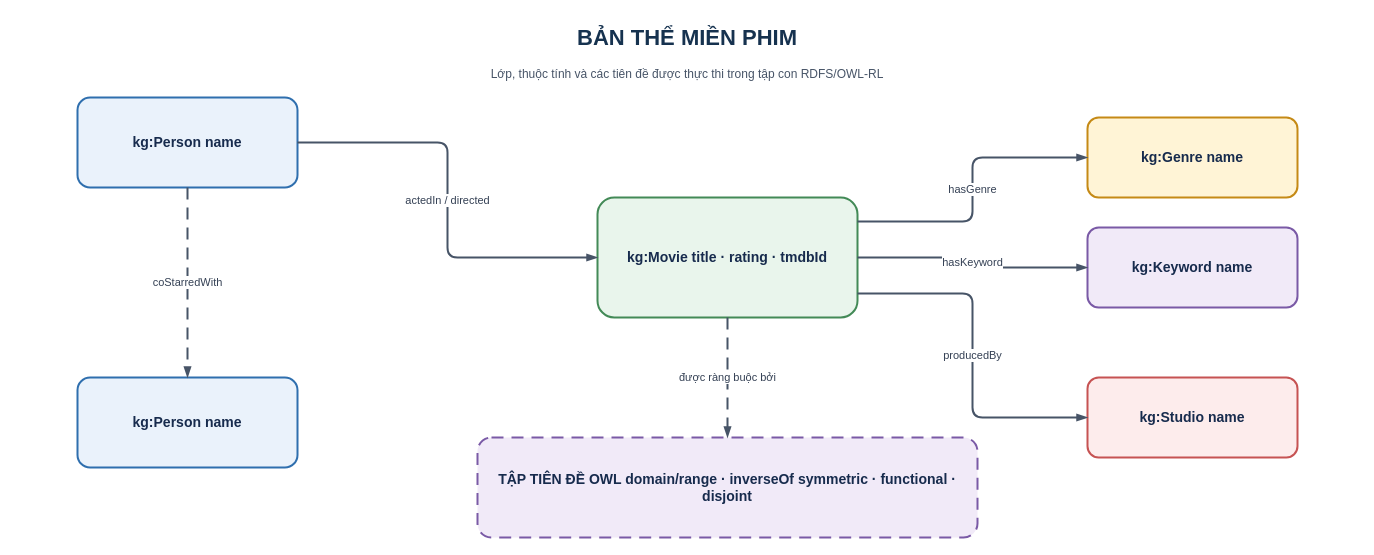
Earlier version of the draw.io diagram report_latex/images/sources/ontology_diagram.drawio (khanhhk/advanced_database). Source tidied: cells renumbered, new cells numbered last; positions are measured from the earlier drawing's top-left corner, leaving out a move shared by most shapes. Both pictures are drawn from the tidied source at 100%, with x=0, y=0 at pixel (17, 17).
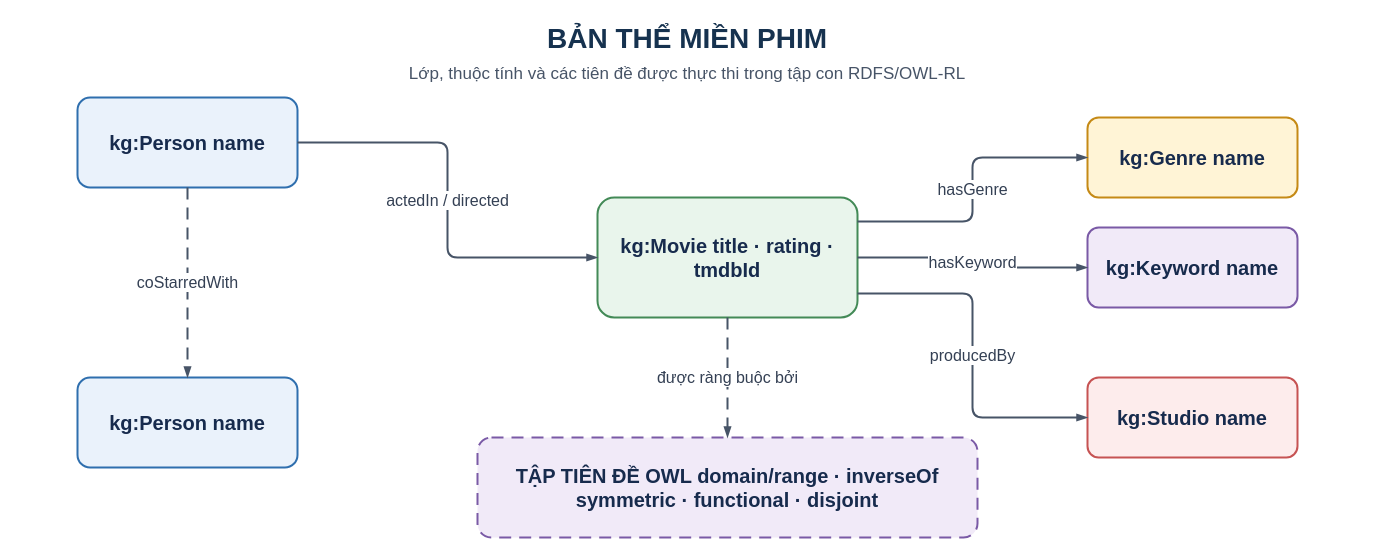
The same diagram, later.

Diff of the diagram source:
```diff
@@
 <mxGraphModel background="#FFFFFF">
   <root>
     <mxCell id="0" />
     <mxCell id="1" parent="0" />
-    <mxCell id="2" value="BẢN THỂ MIỀN PHIM" style="text;html=1;whiteSpace=wrap;align=center;verticalAlign=middle;fontFamily=Helvetica;fontSize=22;fontColor=#16324F;fontStyle=1;" parent="1" vertex="1">
+    <mxCell id="2" value="BẢN THỂ MIỀN PHIM" style="text;html=1;whiteSpace=wrap;align=center;verticalAlign=middle;fontFamily=Helvetica;fontSize=28;fontColor=#16324F;fontStyle=1;" parent="1" vertex="1">
       <mxGeometry width="1340" height="42" as="geometry" />
     </mxCell>
-    <mxCell id="3" value="Lớp, thuộc tính và các tiên đề được thực thi trong tập con RDFS/OWL-RL" style="text;html=1;whiteSpace=wrap;align=center;verticalAlign=middle;fontFamily=Helvetica;fontSize=12;fontColor=#475467;" parent="1" vertex="1">
+    <mxCell id="3" value="Lớp, thuộc tính và các tiên đề được thực thi trong tập con RDFS/OWL-RL" style="text;html=1;whiteSpace=wrap;align=center;verticalAlign=middle;fontFamily=Helvetica;fontSize=17;fontColor=#475467;" parent="1" vertex="1">
       <mxGeometry y="42" width="1340" height="30" as="geometry" />
     </mxCell>
-    <mxCell id="4" value="kg:Movie title · rating · tmdbId" style="rounded=1;arcSize=14;whiteSpace=wrap;html=1;align=center;verticalAlign=middle;spacing=8;fontFamily=Helvetica;fontSize=14;fontColor=#172B4D;fillColor=#E9F5EC;strokeColor=#438A57;strokeWidth=2;fontStyle=1;" parent="1" vertex="1">
+    <mxCell id="4" value="kg:Movie title · rating · tmdbId" style="rounded=1;arcSize=14;whiteSpace=wrap;html=1;align=center;verticalAlign=middle;spacing=8;fontFamily=Helvetica;fontSize=20;fontColor=#172B4D;fillColor=#E9F5EC;strokeColor=#438A57;strokeWidth=2;fontStyle=1;" parent="1" vertex="1">
       <mxGeometry x="580" y="180" width="260" height="120" as="geometry" />
     </mxCell>
-    <mxCell id="5" value="kg:Person name" style="rounded=1;arcSize=14;whiteSpace=wrap;html=1;align=center;verticalAlign=middle;spacing=8;fontFamily=Helvetica;fontSize=14;fontColor=#172B4D;fillColor=#EAF2FB;strokeColor=#2F6FAE;strokeWidth=2;fontStyle=1;" parent="1" vertex="1">
+    <mxCell id="5" value="kg:Person name" style="rounded=1;arcSize=14;whiteSpace=wrap;html=1;align=center;verticalAlign=middle;spacing=8;fontFamily=Helvetica;fontSize=20;fontColor=#172B4D;fillColor=#EAF2FB;strokeColor=#2F6FAE;strokeWidth=2;fontStyle=1;" parent="1" vertex="1">
       <mxGeometry x="60" y="80" width="220" height="90" as="geometry" />
     </mxCell>
-    <mxCell id="6" value="kg:Person name" style="rounded=1;arcSize=14;whiteSpace=wrap;html=1;align=center;verticalAlign=middle;spacing=8;fontFamily=Helvetica;fontSize=14;fontColor=#172B4D;fillColor=#EAF2FB;strokeColor=#2F6FAE;strokeWidth=2;fontStyle=1;" parent="1" vertex="1">
+    <mxCell id="6" value="kg:Person name" style="rounded=1;arcSize=14;whiteSpace=wrap;html=1;align=center;verticalAlign=middle;spacing=8;fontFamily=Helvetica;fontSize=20;fontColor=#172B4D;fillColor=#EAF2FB;strokeColor=#2F6FAE;strokeWidth=2;fontStyle=1;" parent="1" vertex="1">
       <mxGeometry x="60" y="360" width="220" height="90" as="geometry" />
     </mxCell>
-    <mxCell id="7" value="kg:Genre name" style="rounded=1;arcSize=14;whiteSpace=wrap;html=1;align=center;verticalAlign=middle;spacing=8;fontFamily=Helvetica;fontSize=14;fontColor=#172B4D;fillColor=#FFF4D6;strokeColor=#C58A16;strokeWidth=2;fontStyle=1;" parent="1" vertex="1">
+    <mxCell id="7" value="kg:Genre name" style="rounded=1;arcSize=14;whiteSpace=wrap;html=1;align=center;verticalAlign=middle;spacing=8;fontFamily=Helvetica;fontSize=20;fontColor=#172B4D;fillColor=#FFF4D6;strokeColor=#C58A16;strokeWidth=2;fontStyle=1;" parent="1" vertex="1">
       <mxGeometry x="1070" y="100" width="210" height="80" as="geometry" />
     </mxCell>
-    <mxCell id="8" value="kg:Keyword name" style="rounded=1;arcSize=14;whiteSpace=wrap;html=1;align=center;verticalAlign=middle;spacing=8;fontFamily=Helvetica;fontSize=14;fontColor=#172B4D;fillColor=#F1EAF8;strokeColor=#7A5AA6;strokeWidth=2;fontStyle=1;" parent="1" vertex="1">
+    <mxCell id="8" value="kg:Keyword name" style="rounded=1;arcSize=14;whiteSpace=wrap;html=1;align=center;verticalAlign=middle;spacing=8;fontFamily=Helvetica;fontSize=20;fontColor=#172B4D;fillColor=#F1EAF8;strokeColor=#7A5AA6;strokeWidth=2;fontStyle=1;" parent="1" vertex="1">
       <mxGeometry x="1070" y="210" width="210" height="80" as="geometry" />
     </mxCell>
-    <mxCell id="9" value="kg:Studio name" style="rounded=1;arcSize=14;whiteSpace=wrap;html=1;align=center;verticalAlign=middle;spacing=8;fontFamily=Helvetica;fontSize=14;fontColor=#172B4D;fillColor=#FDECEC;strokeColor=#C65353;strokeWidth=2;fontStyle=1;" parent="1" vertex="1">
+    <mxCell id="9" value="kg:Studio name" style="rounded=1;arcSize=14;whiteSpace=wrap;html=1;align=center;verticalAlign=middle;spacing=8;fontFamily=Helvetica;fontSize=20;fontColor=#172B4D;fillColor=#FDECEC;strokeColor=#C65353;strokeWidth=2;fontStyle=1;" parent="1" vertex="1">
       <mxGeometry x="1070" y="360" width="210" height="80" as="geometry" />
     </mxCell>
-    <mxCell id="10" value="TẬP TIÊN ĐỀ OWL domain/range · inverseOf symmetric · functional · disjoint" style="rounded=1;arcSize=14;whiteSpace=wrap;html=1;align=center;verticalAlign=middle;spacing=8;fontFamily=Helvetica;fontSize=14;fontColor=#172B4D;fillColor=#F1EAF8;strokeColor=#7A5AA6;strokeWidth=2;fontStyle=1;dashed=1;dashPattern=6 4;" parent="1" vertex="1">
+    <mxCell id="10" value="TẬP TIÊN ĐỀ OWL domain/range · inverseOf symmetric · functional · disjoint" style="rounded=1;arcSize=14;whiteSpace=wrap;html=1;align=center;verticalAlign=middle;spacing=8;fontFamily=Helvetica;fontSize=20;fontColor=#172B4D;fillColor=#F1EAF8;strokeColor=#7A5AA6;strokeWidth=2;fontStyle=1;dashed=1;dashPattern=6 4;" parent="1" vertex="1">
       <mxGeometry x="460" y="420" width="500" height="100" as="geometry" />
     </mxCell>
-    <mxCell id="11" value="actedIn / directed" style="edgeStyle=orthogonalEdgeStyle;rounded=1;jettySize=auto;html=1;strokeColor=#475467;strokeWidth=2;endArrow=blockThin;endFill=1;fontFamily=Helvetica;fontSize=11;fontColor=#344054;labelBackgroundColor=#FFFFFF;exitX=1;exitY=0.5;exitDx=0;exitDy=0;entryX=0;entryY=0.5;entryDx=0;entryDy=0;" parent="1" edge="1" source="5" target="4">
+    <mxCell id="11" value="actedIn / directed" style="edgeStyle=orthogonalEdgeStyle;rounded=1;jettySize=auto;html=1;strokeColor=#475467;strokeWidth=2;endArrow=blockThin;endFill=1;fontFamily=Helvetica;fontSize=16;fontColor=#344054;labelBackgroundColor=#FFFFFF;exitX=1;exitY=0.5;exitDx=0;exitDy=0;entryX=0;entryY=0.5;entryDx=0;entryDy=0;" parent="1" edge="1" source="5" target="4">
       <mxGeometry relative="1" as="geometry" />
     </mxCell>
-    <mxCell id="12" value="coStarredWith" style="edgeStyle=orthogonalEdgeStyle;rounded=1;jettySize=auto;html=1;strokeColor=#475467;strokeWidth=2;endArrow=blockThin;endFill=1;fontFamily=Helvetica;fontSize=11;fontColor=#344054;labelBackgroundColor=#FFFFFF;exitX=0.5;exitY=1;exitDx=0;exitDy=0;entryX=0.5;entryY=0;entryDx=0;entryDy=0;dashed=1;dashPattern=6 4;" parent="1" edge="1" source="5" target="6">
+    <mxCell id="12" value="coStarredWith" style="edgeStyle=orthogonalEdgeStyle;rounded=1;jettySize=auto;html=1;strokeColor=#475467;strokeWidth=2;endArrow=blockThin;endFill=1;fontFamily=Helvetica;fontSize=16;fontColor=#344054;labelBackgroundColor=#FFFFFF;exitX=0.5;exitY=1;exitDx=0;exitDy=0;entryX=0.5;entryY=0;entryDx=0;entryDy=0;dashed=1;dashPattern=6 4;" parent="1" edge="1" source="5" target="6">
       <mxGeometry relative="1" as="geometry" />
     </mxCell>
-    <mxCell id="13" value="hasGenre" style="edgeStyle=orthogonalEdgeStyle;rounded=1;jettySize=auto;html=1;strokeColor=#475467;strokeWidth=2;endArrow=blockThin;endFill=1;fontFamily=Helvetica;fontSize=11;fontColor=#344054;labelBackgroundColor=#FFFFFF;exitX=1;exitY=0.2;exitDx=0;exitDy=0;entryX=0;entryY=0.5;entryDx=0;entryDy=0;" parent="1" edge="1" source="4" target="7">
+    <mxCell id="13" value="hasGenre" style="edgeStyle=orthogonalEdgeStyle;rounded=1;jettySize=auto;html=1;strokeColor=#475467;strokeWidth=2;endArrow=blockThin;endFill=1;fontFamily=Helvetica;fontSize=16;fontColor=#344054;labelBackgroundColor=#FFFFFF;exitX=1;exitY=0.2;exitDx=0;exitDy=0;entryX=0;entryY=0.5;entryDx=0;entryDy=0;" parent="1" edge="1" source="4" target="7">
       <mxGeometry relative="1" as="geometry" />
     </mxCell>
-    <mxCell id="14" value="hasKeyword" style="edgeStyle=orthogonalEdgeStyle;rounded=1;jettySize=auto;html=1;strokeColor=#475467;strokeWidth=2;endArrow=blockThin;endFill=1;fontFamily=Helvetica;fontSize=11;fontColor=#344054;labelBackgroundColor=#FFFFFF;exitX=1;exitY=0.5;exitDx=0;exitDy=0;entryX=0;entryY=0.5;entryDx=0;entryDy=0;" parent="1" edge="1" source="4" target="8">
+    <mxCell id="14" value="hasKeyword" style="edgeStyle=orthogonalEdgeStyle;rounded=1;jettySize=auto;html=1;strokeColor=#475467;strokeWidth=2;endArrow=blockThin;endFill=1;fontFamily=Helvetica;fontSize=16;fontColor=#344054;labelBackgroundColor=#FFFFFF;exitX=1;exitY=0.5;exitDx=0;exitDy=0;entryX=0;entryY=0.5;entryDx=0;entryDy=0;" parent="1" edge="1" source="4" target="8">
       <mxGeometry relative="1" as="geometry" />
     </mxCell>
-    <mxCell id="15" value="producedBy" style="edgeStyle=orthogonalEdgeStyle;rounded=1;jettySize=auto;html=1;strokeColor=#475467;strokeWidth=2;endArrow=blockThin;endFill=1;fontFamily=Helvetica;fontSize=11;fontColor=#344054;labelBackgroundColor=#FFFFFF;exitX=1;exitY=0.8;exitDx=0;exitDy=0;entryX=0;entryY=0.5;entryDx=0;entryDy=0;" parent="1" edge="1" source="4" target="9">
+    <mxCell id="15" value="producedBy" style="edgeStyle=orthogonalEdgeStyle;rounded=1;jettySize=auto;html=1;strokeColor=#475467;strokeWidth=2;endArrow=blockThin;endFill=1;fontFamily=Helvetica;fontSize=16;fontColor=#344054;labelBackgroundColor=#FFFFFF;exitX=1;exitY=0.8;exitDx=0;exitDy=0;entryX=0;entryY=0.5;entryDx=0;entryDy=0;" parent="1" edge="1" source="4" target="9">
       <mxGeometry relative="1" as="geometry" />
     </mxCell>
-    <mxCell id="16" value="được ràng buộc bởi" style="edgeStyle=orthogonalEdgeStyle;rounded=1;jettySize=auto;html=1;strokeColor=#475467;strokeWidth=2;endArrow=blockThin;endFill=1;fontFamily=Helvetica;fontSize=11;fontColor=#344054;labelBackgroundColor=#FFFFFF;exitX=0.5;exitY=1;exitDx=0;exitDy=0;entryX=0.5;entryY=0;entryDx=0;entryDy=0;dashed=1;dashPattern=6 4;" parent="1" edge="1" source="4" target="10">
+    <mxCell id="16" value="được ràng buộc bởi" style="edgeStyle=orthogonalEdgeStyle;rounded=1;jettySize=auto;html=1;strokeColor=#475467;strokeWidth=2;endArrow=blockThin;endFill=1;fontFamily=Helvetica;fontSize=16;fontColor=#344054;labelBackgroundColor=#FFFFFF;exitX=0.5;exitY=1;exitDx=0;exitDy=0;entryX=0.5;entryY=0;entryDx=0;entryDy=0;dashed=1;dashPattern=6 4;" parent="1" edge="1" source="4" target="10">
       <mxGeometry relative="1" as="geometry" />
     </mxCell>
   </root>
 </mxGraphModel>
```
